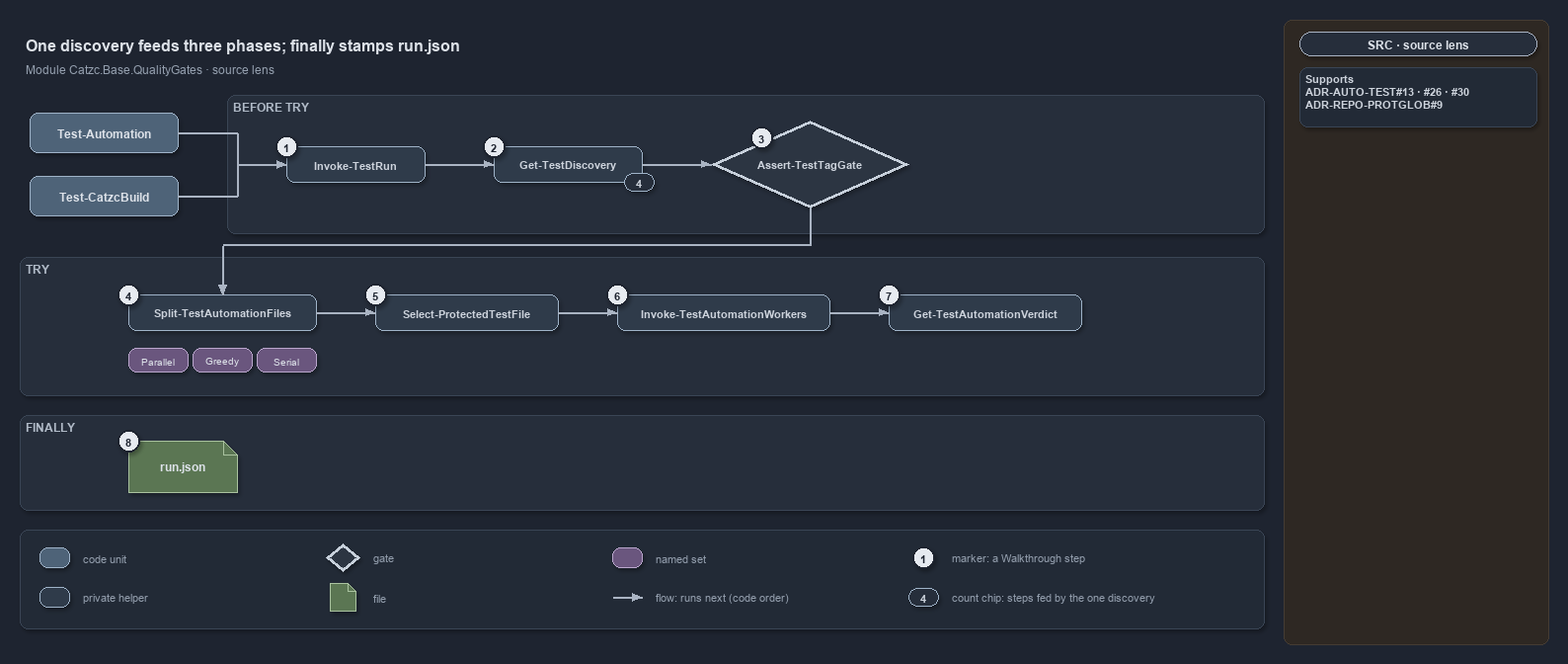
Earlier version of the draw.io export docs/references/pwsh/.assets/test-automation-one-run-pipeline/diagram.drawio.png (casperease/catzc). Source tidied: cells renumbered, new cells last; positions are measured from the earlier drawing's top-left corner, leaving out a move shared by most shapes. Its diagram source:
```xml
<mxGraphModel background="#1E2430" shadow="1">
  <root>
    <mxCell id="0" />
    <mxCell id="1" parent="0" />
    <mxCell id="2" style="rounded=1;arcSize=2;html=1;fillColor=#2E2823;strokeColor=#453C33;shadow=0;" parent="1" vertex="1">
      <mxGeometry x="1280" width="268" height="632" as="geometry" />
    </mxCell>
    <mxCell id="3" value="One discovery feeds three phases; finally stamps run.json" style="text;html=1;align=left;verticalAlign=middle;fontSize=16;fontStyle=1;fontColor=#DDE2E9;" parent="1" vertex="1">
      <mxGeometry y="10" width="1260" height="30" as="geometry" />
    </mxCell>
    <mxCell id="4" value="Module Catzc.Base.QualityGates · source lens" style="text;html=1;align=left;verticalAlign=middle;fontSize=12;fontColor=#949FAE;" parent="1" vertex="1">
      <mxGeometry y="40" width="1260" height="20" as="geometry" />
    </mxCell>
    <mxCell id="5" value="BEFORE TRY" style="rounded=1;html=1;arcSize=3;fillColor=#262E3B;strokeColor=#3A4555;verticalAlign=top;align=left;spacingLeft=8;fontStyle=1;fontSize=12;fontColor=#B0BAC7;" parent="1" vertex="1">
      <mxGeometry x="210" y="76" width="1050" height="140" as="geometry" />
    </mxCell>
    <mxCell id="6" value="TRY" style="rounded=1;html=1;arcSize=3;fillColor=#262E3B;strokeColor=#3A4555;verticalAlign=top;align=left;spacingLeft=8;fontStyle=1;fontSize=12;fontColor=#B0BAC7;" parent="1" vertex="1">
      <mxGeometry y="240" width="1260" height="140" as="geometry" />
    </mxCell>
    <mxCell id="7" value="FINALLY" style="rounded=1;html=1;arcSize=3;fillColor=#262E3B;strokeColor=#3A4555;verticalAlign=top;align=left;spacingLeft=8;fontStyle=1;fontSize=12;fontColor=#B0BAC7;" parent="1" vertex="1">
      <mxGeometry y="400" width="1260" height="96" as="geometry" />
    </mxCell>
    <mxCell id="8" value="&lt;b&gt;Test-Automation&lt;/b&gt;" style="rounded=1;whiteSpace=wrap;html=1;arcSize=20;fillColor=#4E6378;strokeColor=#9FB3C8;fontColor=#DDE2E9;fontSize=12;" parent="1" vertex="1">
      <mxGeometry x="10" y="94" width="150" height="40" as="geometry" />
    </mxCell>
    <mxCell id="9" value="&lt;b&gt;Test-CatzcBuild&lt;/b&gt;" style="rounded=1;whiteSpace=wrap;html=1;arcSize=20;fillColor=#4E6378;strokeColor=#9FB3C8;fontColor=#DDE2E9;fontSize=12;" parent="1" vertex="1">
      <mxGeometry x="10" y="158" width="150" height="40" as="geometry" />
    </mxCell>
    <mxCell id="10" value="&lt;b&gt;Invoke-TestRun&lt;/b&gt;" style="rounded=1;whiteSpace=wrap;html=1;arcSize=20;fillColor=#2F3B4A;strokeColor=#9FB3C8;fontColor=#CDD3DC;fontSize=11;" parent="1" vertex="1">
      <mxGeometry x="270" y="128" width="140" height="36" as="geometry" />
    </mxCell>
    <mxCell id="11" value="&lt;b&gt;Get-TestDiscovery&lt;/b&gt;" style="rounded=1;whiteSpace=wrap;html=1;arcSize=20;fillColor=#2F3B4A;strokeColor=#9FB3C8;fontColor=#CDD3DC;fontSize=11;" parent="1" vertex="1">
      <mxGeometry x="480" y="128" width="150" height="36" as="geometry" />
    </mxCell>
    <mxCell id="12" value="&lt;b&gt;Assert-TestTagGate&lt;/b&gt;" style="rhombus;whiteSpace=wrap;html=1;fillColor=#2C3542;strokeColor=#C7D0DB;strokeWidth=3;fontColor=#CDD3DC;fontSize=11;" parent="1" vertex="1">
      <mxGeometry x="700" y="102" width="200" height="88" as="geometry" />
    </mxCell>
    <mxCell id="13" value="&lt;b&gt;Split-TestAutomationFiles&lt;/b&gt;" style="rounded=1;whiteSpace=wrap;html=1;arcSize=20;fillColor=#2F3B4A;strokeColor=#9FB3C8;fontColor=#CDD3DC;fontSize=11;" parent="1" vertex="1">
      <mxGeometry x="110" y="278" width="190" height="36" as="geometry" />
    </mxCell>
    <mxCell id="14" value="Parallel" style="rounded=1;whiteSpace=wrap;html=1;arcSize=20;fillColor=#6A567E;strokeColor=#B9A6CC;fontColor=#DDE2E9;fontSize=10.5;" parent="1" vertex="1">
      <mxGeometry x="110" y="332" width="60" height="24" as="geometry" />
    </mxCell>
    <mxCell id="15" value="Greedy" style="rounded=1;whiteSpace=wrap;html=1;arcSize=20;fillColor=#6A567E;strokeColor=#B9A6CC;fontColor=#DDE2E9;fontSize=10.5;" parent="1" vertex="1">
      <mxGeometry x="175" y="332" width="60" height="24" as="geometry" />
    </mxCell>
    <mxCell id="16" value="Serial" style="rounded=1;whiteSpace=wrap;html=1;arcSize=20;fillColor=#6A567E;strokeColor=#B9A6CC;fontColor=#DDE2E9;fontSize=10.5;" parent="1" vertex="1">
      <mxGeometry x="240" y="332" width="60" height="24" as="geometry" />
    </mxCell>
    <mxCell id="17" value="&lt;b&gt;Select-ProtectedTestFile&lt;/b&gt;" style="rounded=1;whiteSpace=wrap;html=1;arcSize=20;fillColor=#2F3B4A;strokeColor=#9FB3C8;fontColor=#CDD3DC;fontSize=11;" parent="1" vertex="1">
      <mxGeometry x="360" y="278" width="185" height="36" as="geometry" />
    </mxCell>
    <mxCell id="18" value="&lt;b&gt;Invoke-TestAutomationWorkers&lt;/b&gt;" style="rounded=1;whiteSpace=wrap;html=1;arcSize=20;fillColor=#2F3B4A;strokeColor=#9FB3C8;fontColor=#CDD3DC;fontSize=11;" parent="1" vertex="1">
      <mxGeometry x="605" y="278" width="215" height="36" as="geometry" />
    </mxCell>
    <mxCell id="19" value="&lt;b&gt;Get-TestAutomationVerdict&lt;/b&gt;" style="rounded=1;whiteSpace=wrap;html=1;arcSize=20;fillColor=#2F3B4A;strokeColor=#9FB3C8;fontColor=#CDD3DC;fontSize=11;" parent="1" vertex="1">
      <mxGeometry x="880" y="278" width="195" height="36" as="geometry" />
    </mxCell>
    <mxCell id="20" value="&lt;b&gt;run.json&lt;/b&gt;" style="shape=note;size=14;whiteSpace=wrap;html=1;fillColor=#5B7653;strokeColor=#A9C29F;fontColor=#DDE2E9;fontSize=12;" parent="1" vertex="1">
      <mxGeometry x="110" y="426" width="110" height="52" as="geometry" />
    </mxCell>
    <mxCell id="21" style="text;html=1;strokeColor=none;fillColor=none;" parent="1" vertex="1">
      <mxGeometry x="220" y="114" width="1" height="1" as="geometry" />
    </mxCell>
    <mxCell id="22" style="text;html=1;strokeColor=none;fillColor=none;" parent="1" vertex="1">
      <mxGeometry x="220" y="178" width="1" height="1" as="geometry" />
    </mxCell>
    <mxCell id="23" style="text;html=1;strokeColor=none;fillColor=none;" parent="1" vertex="1">
      <mxGeometry x="220" y="146" width="1" height="1" as="geometry" />
    </mxCell>
    <mxCell id="24" style="text;html=1;strokeColor=none;fillColor=none;" parent="1" vertex="1">
      <mxGeometry x="800" y="228" width="1" height="1" as="geometry" />
    </mxCell>
    <mxCell id="25" style="text;html=1;strokeColor=none;fillColor=none;" parent="1" vertex="1">
      <mxGeometry x="205" y="228" width="1" height="1" as="geometry" />
    </mxCell>
    <mxCell id="26" style="edgeStyle=orthogonalEdgeStyle;rounded=1;html=1;endArrow=none;strokeColor=#AAB4C3;shadow=0;" parent="1" edge="1" source="8" target="21">
      <mxGeometry relative="1" as="geometry" />
    </mxCell>
    <mxCell id="27" style="edgeStyle=orthogonalEdgeStyle;rounded=1;html=1;endArrow=none;strokeColor=#AAB4C3;shadow=0;" parent="1" edge="1" source="9" target="22">
      <mxGeometry relative="1" as="geometry" />
    </mxCell>
    <mxCell id="28" style="edgeStyle=orthogonalEdgeStyle;rounded=1;html=1;endArrow=none;strokeColor=#AAB4C3;shadow=0;" parent="1" edge="1" source="21" target="22">
      <mxGeometry relative="1" as="geometry" />
    </mxCell>
    <mxCell id="29" style="edgeStyle=orthogonalEdgeStyle;rounded=1;html=1;fontSize=10;fontColor=#CDD3DC;endArrow=block;strokeColor=#AAB4C3;shadow=0;" parent="1" edge="1" source="23" target="10">
      <mxGeometry relative="1" as="geometry" />
    </mxCell>
    <mxCell id="30" style="edgeStyle=orthogonalEdgeStyle;rounded=1;html=1;fontSize=10;fontColor=#CDD3DC;endArrow=block;strokeColor=#AAB4C3;shadow=0;" parent="1" edge="1" source="10" target="11">
      <mxGeometry relative="1" as="geometry" />
    </mxCell>
    <mxCell id="31" style="edgeStyle=orthogonalEdgeStyle;rounded=1;html=1;fontSize=10;fontColor=#CDD3DC;endArrow=block;strokeColor=#AAB4C3;shadow=0;" parent="1" edge="1" source="11" target="12">
      <mxGeometry relative="1" as="geometry" />
    </mxCell>
    <mxCell id="32" style="edgeStyle=orthogonalEdgeStyle;rounded=1;html=1;endArrow=none;strokeColor=#AAB4C3;shadow=0;" parent="1" edge="1" source="12" target="24">
      <mxGeometry relative="1" as="geometry" />
    </mxCell>
    <mxCell id="33" style="edgeStyle=orthogonalEdgeStyle;rounded=1;html=1;endArrow=none;strokeColor=#AAB4C3;shadow=0;" parent="1" edge="1" source="24" target="25">
      <mxGeometry relative="1" as="geometry" />
    </mxCell>
    <mxCell id="34" style="edgeStyle=orthogonalEdgeStyle;rounded=1;html=1;fontSize=10;fontColor=#CDD3DC;endArrow=block;strokeColor=#AAB4C3;shadow=0;" parent="1" edge="1" source="25" target="13">
      <mxGeometry relative="1" as="geometry" />
    </mxCell>
    <mxCell id="35" style="edgeStyle=orthogonalEdgeStyle;rounded=1;html=1;fontSize=10;fontColor=#CDD3DC;endArrow=block;strokeColor=#AAB4C3;shadow=0;" parent="1" edge="1" source="13" target="17">
      <mxGeometry relative="1" as="geometry" />
    </mxCell>
    <mxCell id="36" style="edgeStyle=orthogonalEdgeStyle;rounded=1;html=1;fontSize=10;fontColor=#CDD3DC;endArrow=block;strokeColor=#AAB4C3;shadow=0;" parent="1" edge="1" source="17" target="18">
      <mxGeometry relative="1" as="geometry" />
    </mxCell>
    <mxCell id="37" style="edgeStyle=orthogonalEdgeStyle;rounded=1;html=1;fontSize=10;fontColor=#CDD3DC;endArrow=block;strokeColor=#AAB4C3;shadow=0;" parent="1" edge="1" source="18" target="19">
      <mxGeometry relative="1" as="geometry" />
    </mxCell>
    <mxCell id="38" value="4" style="rounded=1;arcSize=50;whiteSpace=wrap;html=1;fillColor=#262E3B;strokeColor=#9FB3C8;fontColor=#CDD3DC;fontStyle=1;fontSize=11;" parent="1" vertex="1">
      <mxGeometry x="612" y="155" width="30" height="18" as="geometry" />
    </mxCell>
    <mxCell id="39" value="1" style="ellipse;html=1;fillColor=#E6EAF0;strokeColor=#1E2430;strokeWidth=2;fontColor=#1E2430;fontStyle=1;fontSize=11;" parent="1" vertex="1">
      <mxGeometry x="259" y="117" width="22" height="22" as="geometry" />
    </mxCell>
    <mxCell id="40" value="2" style="ellipse;html=1;fillColor=#E6EAF0;strokeColor=#1E2430;strokeWidth=2;fontColor=#1E2430;fontStyle=1;fontSize=11;" parent="1" vertex="1">
      <mxGeometry x="469" y="117" width="22" height="22" as="geometry" />
    </mxCell>
    <mxCell id="41" value="3" style="ellipse;html=1;fillColor=#E6EAF0;strokeColor=#1E2430;strokeWidth=2;fontColor=#1E2430;fontStyle=1;fontSize=11;" parent="1" vertex="1">
      <mxGeometry x="740" y="108" width="22" height="22" as="geometry" />
    </mxCell>
    <mxCell id="42" value="4" style="ellipse;html=1;fillColor=#E6EAF0;strokeColor=#1E2430;strokeWidth=2;fontColor=#1E2430;fontStyle=1;fontSize=11;" parent="1" vertex="1">
      <mxGeometry x="99" y="267" width="22" height="22" as="geometry" />
    </mxCell>
    <mxCell id="43" value="5" style="ellipse;html=1;fillColor=#E6EAF0;strokeColor=#1E2430;strokeWidth=2;fontColor=#1E2430;fontStyle=1;fontSize=11;" parent="1" vertex="1">
      <mxGeometry x="349" y="267" width="22" height="22" as="geometry" />
    </mxCell>
    <mxCell id="44" value="6" style="ellipse;html=1;fillColor=#E6EAF0;strokeColor=#1E2430;strokeWidth=2;fontColor=#1E2430;fontStyle=1;fontSize=11;" parent="1" vertex="1">
      <mxGeometry x="594" y="267" width="22" height="22" as="geometry" />
    </mxCell>
    <mxCell id="45" value="7" style="ellipse;html=1;fillColor=#E6EAF0;strokeColor=#1E2430;strokeWidth=2;fontColor=#1E2430;fontStyle=1;fontSize=11;" parent="1" vertex="1">
      <mxGeometry x="869" y="267" width="22" height="22" as="geometry" />
    </mxCell>
    <mxCell id="46" value="8" style="ellipse;html=1;fillColor=#E6EAF0;strokeColor=#1E2430;strokeWidth=2;fontColor=#1E2430;fontStyle=1;fontSize=11;" parent="1" vertex="1">
      <mxGeometry x="99" y="415" width="22" height="22" as="geometry" />
    </mxCell>
    <mxCell id="47" style="rounded=1;arcSize=6;html=1;fillColor=#222A36;strokeColor=#3A4555;" parent="1" vertex="1">
      <mxGeometry y="516" width="1260" height="100" as="geometry" />
    </mxCell>
    <mxCell id="48" style="rounded=1;whiteSpace=wrap;html=1;arcSize=20;fillColor=#4E6378;strokeColor=#9FB3C8;" parent="1" vertex="1">
      <mxGeometry x="20" y="534" width="30" height="20" as="geometry" />
    </mxCell>
    <mxCell id="49" value="code unit" style="text;html=1;align=left;verticalAlign=middle;fontSize=11;fontColor=#949FAE;" parent="1" vertex="1">
      <mxGeometry x="58" y="534" width="200" height="20" as="geometry" />
    </mxCell>
    <mxCell id="50" style="rounded=1;whiteSpace=wrap;html=1;arcSize=20;fillColor=#2F3B4A;strokeColor=#9FB3C8;" parent="1" vertex="1">
      <mxGeometry x="20" y="574" width="30" height="20" as="geometry" />
    </mxCell>
    <mxCell id="51" value="private helper" style="text;html=1;align=left;verticalAlign=middle;fontSize=11;fontColor=#949FAE;" parent="1" vertex="1">
      <mxGeometry x="58" y="574" width="200" height="20" as="geometry" />
    </mxCell>
    <mxCell id="52" style="rhombus;whiteSpace=wrap;html=1;fillColor=#2C3542;strokeColor=#C7D0DB;strokeWidth=3;" parent="1" vertex="1">
      <mxGeometry x="310" y="530" width="34" height="28" as="geometry" />
    </mxCell>
    <mxCell id="53" value="gate" style="text;html=1;align=left;verticalAlign=middle;fontSize=11;fontColor=#949FAE;" parent="1" vertex="1">
      <mxGeometry x="352" y="534" width="200" height="20" as="geometry" />
    </mxCell>
    <mxCell id="54" style="shape=note;size=8;whiteSpace=wrap;html=1;fillColor=#5B7653;strokeColor=#A9C29F;" parent="1" vertex="1">
      <mxGeometry x="314" y="570" width="26" height="28" as="geometry" />
    </mxCell>
    <mxCell id="55" value="file" style="text;html=1;align=left;verticalAlign=middle;fontSize=11;fontColor=#949FAE;" parent="1" vertex="1">
      <mxGeometry x="352" y="574" width="200" height="20" as="geometry" />
    </mxCell>
    <mxCell id="56" style="rounded=1;whiteSpace=wrap;html=1;arcSize=20;fillColor=#6A567E;strokeColor=#B9A6CC;" parent="1" vertex="1">
      <mxGeometry x="600" y="534" width="30" height="20" as="geometry" />
    </mxCell>
    <mxCell id="57" value="named set" style="text;html=1;align=left;verticalAlign=middle;fontSize=11;fontColor=#949FAE;" parent="1" vertex="1">
      <mxGeometry x="638" y="534" width="200" height="20" as="geometry" />
    </mxCell>
    <mxCell id="58" style="text;html=1;strokeColor=none;fillColor=none;" parent="1" vertex="1">
      <mxGeometry x="600" y="584" width="1" height="1" as="geometry" />
    </mxCell>
    <mxCell id="59" style="text;html=1;strokeColor=none;fillColor=none;" parent="1" vertex="1">
      <mxGeometry x="630" y="584" width="1" height="1" as="geometry" />
    </mxCell>
    <mxCell id="60" style="edgeStyle=orthogonalEdgeStyle;rounded=1;html=1;endArrow=block;strokeColor=#AAB4C3;shadow=0;" parent="1" edge="1" source="58" target="59">
      <mxGeometry relative="1" as="geometry" />
    </mxCell>
    <mxCell id="61" value="flow: runs next (code order)" style="text;html=1;align=left;verticalAlign=middle;fontSize=11;fontColor=#949FAE;" parent="1" vertex="1">
      <mxGeometry x="638" y="574" width="220" height="20" as="geometry" />
    </mxCell>
    <mxCell id="62" value="1" style="ellipse;html=1;fillColor=#E6EAF0;strokeColor=#1E2430;strokeWidth=2;fontColor=#1E2430;fontStyle=1;fontSize=11;" parent="1" vertex="1">
      <mxGeometry x="904" y="533" width="22" height="22" as="geometry" />
    </mxCell>
    <mxCell id="63" value="marker: a Walkthrough step" style="text;html=1;align=left;verticalAlign=middle;fontSize=11;fontColor=#949FAE;" parent="1" vertex="1">
      <mxGeometry x="938" y="534" width="220" height="20" as="geometry" />
    </mxCell>
    <mxCell id="64" value="4" style="rounded=1;arcSize=50;whiteSpace=wrap;html=1;fillColor=#262E3B;strokeColor=#9FB3C8;fontColor=#CDD3DC;fontStyle=1;fontSize=11;" parent="1" vertex="1">
      <mxGeometry x="900" y="575" width="30" height="18" as="geometry" />
    </mxCell>
    <mxCell id="65" value="count chip: steps fed by the one discovery" style="text;html=1;align=left;verticalAlign=middle;fontSize=11;fontColor=#949FAE;" parent="1" vertex="1">
      <mxGeometry x="938" y="574" width="300" height="20" as="geometry" />
    </mxCell>
    <mxCell id="66" value="SRC · source lens" style="rounded=1;arcSize=50;whiteSpace=wrap;html=1;fillColor=#262E3B;strokeColor=#AAB4C3;fontColor=#DDE2E9;fontStyle=1;fontSize=12;" parent="1" vertex="1">
      <mxGeometry x="1296" y="12" width="240" height="24" as="geometry" />
    </mxCell>
    <mxCell id="67" value="&lt;b&gt;Supports&lt;/b&gt;&lt;br&gt;ADR-AUTO-TEST#13 · #26 · #30&lt;br&gt;ADR-REPO-PROTGLOB#9" style="rounded=1;arcSize=6;whiteSpace=wrap;html=1;align=left;verticalAlign=top;spacingLeft=6;fontSize=11;fontColor=#CDD3DC;fillColor=#222A36;strokeColor=#3A4555;" parent="1" vertex="1">
      <mxGeometry x="1296" y="48" width="240" height="60" as="geometry" />
    </mxCell>
  </root>
</mxGraphModel>
```
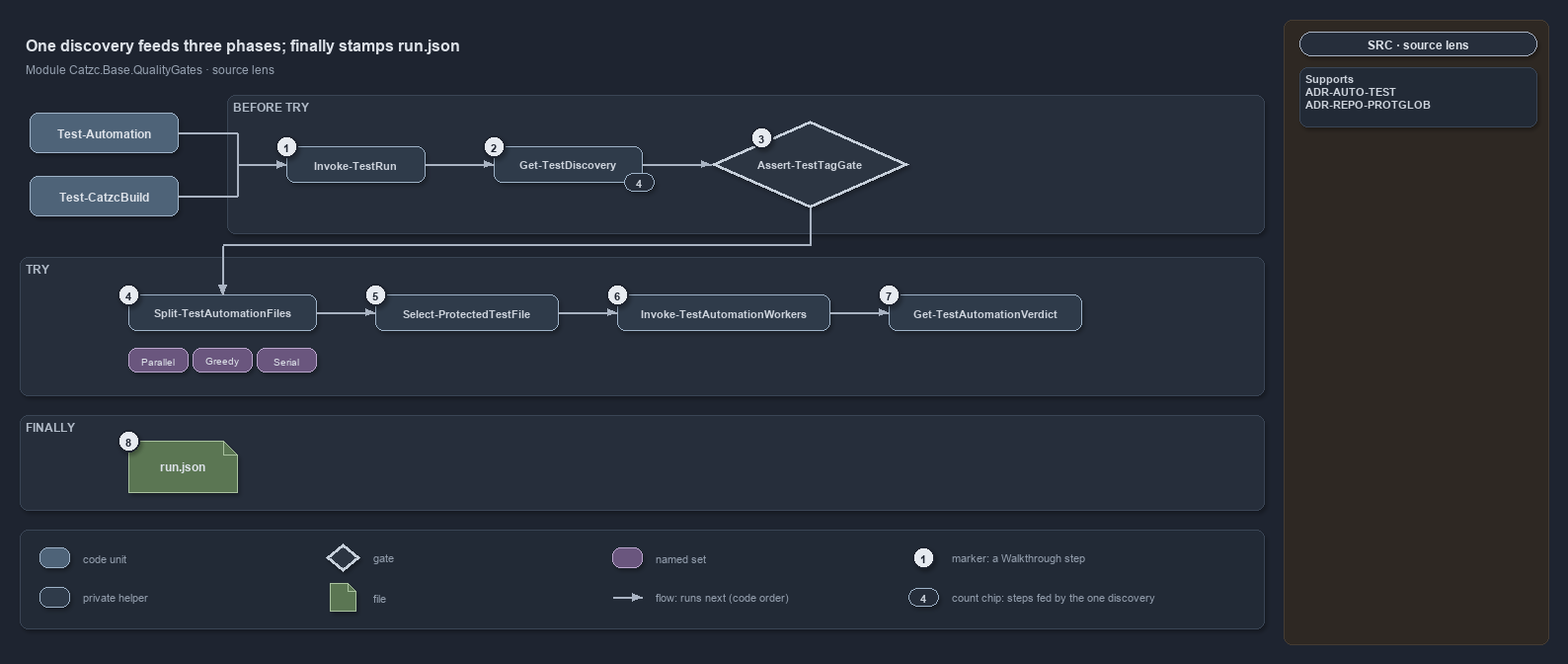
Above is the later version.

Diff of the diagram source:
```diff
@@ -197,7 +197,7 @@
     <mxCell id="66" value="SRC · source lens" style="rounded=1;arcSize=50;whiteSpace=wrap;html=1;fillColor=#262E3B;strokeColor=#AAB4C3;fontColor=#DDE2E9;fontStyle=1;fontSize=12;" parent="1" vertex="1">
       <mxGeometry x="1296" y="12" width="240" height="24" as="geometry" />
     </mxCell>
-    <mxCell id="67" value="&lt;b&gt;Supports&lt;/b&gt;&lt;br&gt;ADR-AUTO-TEST#13 · #26 · #30&lt;br&gt;ADR-REPO-PROTGLOB#9" style="rounded=1;arcSize=6;whiteSpace=wrap;html=1;align=left;verticalAlign=top;spacingLeft=6;fontSize=11;fontColor=#CDD3DC;fillColor=#222A36;strokeColor=#3A4555;" parent="1" vertex="1">
+    <mxCell id="67" value="&lt;b&gt;Supports&lt;/b&gt;&lt;br&gt;ADR-AUTO-TEST&lt;br&gt;ADR-REPO-PROTGLOB" style="rounded=1;arcSize=6;whiteSpace=wrap;html=1;align=left;verticalAlign=top;spacingLeft=6;fontSize=11;fontColor=#CDD3DC;fillColor=#222A36;strokeColor=#3A4555;" parent="1" vertex="1">
       <mxGeometry x="1296" y="48" width="240" height="60" as="geometry" />
     </mxCell>
   </root>
```
